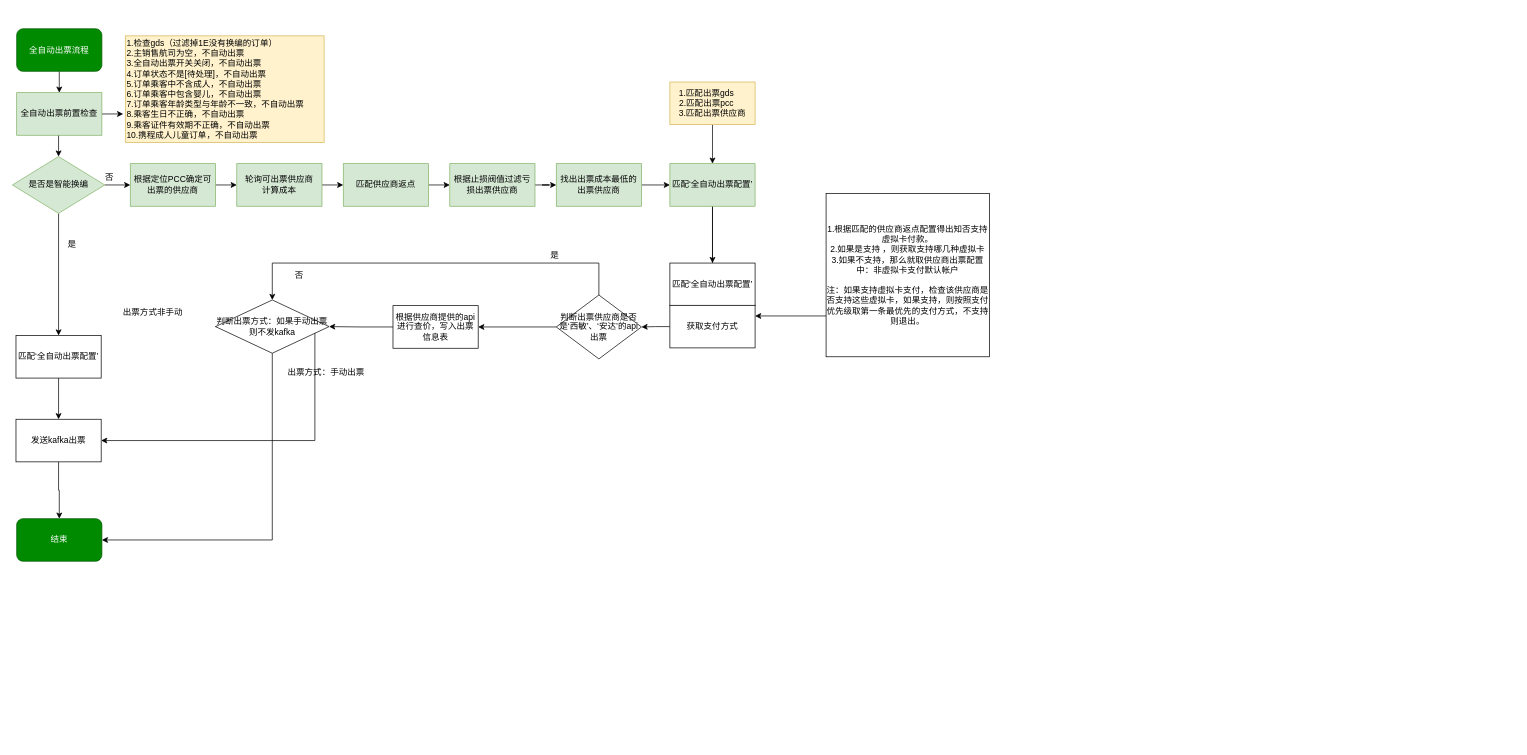
This is 全自动出票.drawio from dhyang/study, a draw.io file, before an edit. Source tidied: cells renumbered, new cells numbered last; positions are measured from the earlier drawing's top-left corner, leaving out a move shared by most shapes. Both pictures are drawn from the tidied source at 71%, with x=0, y=0 at pixel (12, 28).
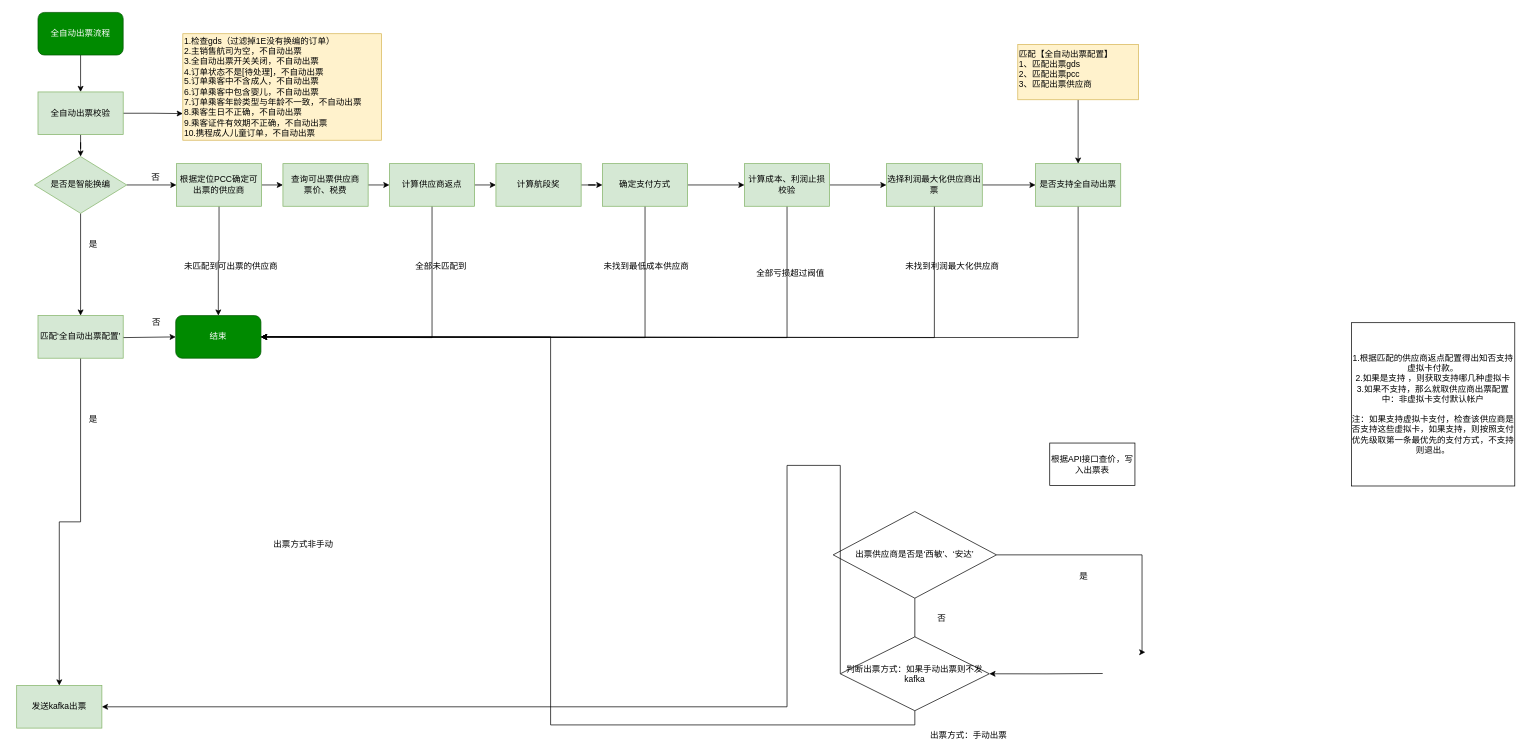
After the change.

Commit message (it also covers changes not shown here):
更新全自动出票

Diff of the diagram source:
```diff
@@
-    <mxCell id="2" style="edgeStyle=orthogonalEdgeStyle;rounded=0;jettySize=auto;html=1;exitX=0.5;exitY=1;exitDx=0;exitDy=0;entryX=0.5;entryY=0;entryDx=0;entryDy=0;" parent="1" edge="1" source="3" target="6">
+    <mxCell id="2" style="edgeStyle=orthogonalEdgeStyle;rounded=0;jettySize=auto;html=1;entryX=0.5;entryY=0;entryDx=0;entryDy=0;" parent="1" edge="1" source="3" target="6">
       <mxGeometry relative="1" as="geometry" />
     </mxCell>
     <mxCell id="3" value="全自动出票流程" style="rounded=1;whiteSpace=wrap;html=1;fillColor=#008a00;strokeColor=#005700;fontColor=#ffffff;" parent="1" vertex="1">
-      <mxGeometry x="6" width="120" height="60" as="geometry" />
+      <mxGeometry x="36" y="-23" width="120" height="60" as="geometry" />
     </mxCell>
-    <mxCell id="4" style="edgeStyle=orthogonalEdgeStyle;rounded=0;jettySize=auto;html=1;exitX=1;exitY=0.5;exitDx=0;exitDy=0;" parent="1" edge="1" source="6">
-      <mxGeometry relative="1" as="geometry">
-        <mxPoint x="156" y="120" as="targetPoint" />
-      </mxGeometry>
+    <mxCell id="4" style="edgeStyle=orthogonalEdgeStyle;rounded=0;jettySize=auto;html=1;exitX=1;exitY=0.5;exitDx=0;exitDy=0;entryX=0;entryY=0.75;entryDx=0;entryDy=0;" parent="1" edge="1" source="6" target="7">
+      <mxGeometry relative="1" as="geometry" />
     </mxCell>
-    <mxCell id="5" style="edgeStyle=orthogonalEdgeStyle;rounded=0;jettySize=auto;html=1;exitX=0.5;exitY=1;exitDx=0;exitDy=0;entryX=0.5;entryY=0;entryDx=0;entryDy=0;" parent="1" edge="1" source="6" target="12">
+    <mxCell id="5" style="edgeStyle=orthogonalEdgeStyle;rounded=0;jettySize=auto;html=1;entryX=0.5;entryY=0;entryDx=0;entryDy=0;" parent="1" edge="1" source="6" target="12">
       <mxGeometry relative="1" as="geometry" />
     </mxCell>
-    <mxCell id="6" value="全自动出票前置检查" style="rounded=0;whiteSpace=wrap;html=1;fillColor=#d5e8d4;strokeColor=#82b366;" parent="1" vertex="1">
-      <mxGeometry x="6" y="90" width="120" height="60" as="geometry" />
+    <mxCell id="6" value="全自动出票校验" style="rounded=0;whiteSpace=wrap;html=1;fillColor=#d5e8d4;strokeColor=#82b366;" parent="1" vertex="1">
+      <mxGeometry x="36" y="89" width="120" height="60" as="geometry" />
     </mxCell>
     <mxCell id="7" value="&lt;div&gt;1.检查gds（过滤掉1E没有换编的订单）&lt;/div&gt;&lt;div&gt;2.主销售航司为空，不自动出票&lt;/div&gt;&lt;div&gt;3.全自动出票开关关闭，不自动出票&lt;/div&gt;&lt;div&gt;4.订单状态不是[待处理]，不自动出票&lt;/div&gt;&lt;div&gt;5.订单乘客中不含成人，不自动出票&lt;/div&gt;&lt;div&gt;6.订单乘客中包含婴儿，不自动出票&lt;/div&gt;&lt;div&gt;7.订单乘客年龄类型与年龄不一致，不自动出票&lt;/div&gt;&lt;div&gt;8.乘客生日不正确，不自动出票&lt;/div&gt;&lt;div&gt;9.乘客证件有效期不正确，不自动出票&lt;/div&gt;&lt;div&gt;10.携程成人儿童订单，不自动出票&lt;/div&gt;" style="rounded=0;whiteSpace=wrap;html=1;align=left;fillColor=#fff2cc;strokeColor=#d6b656;" parent="1" vertex="1">
-      <mxGeometry x="159" y="10" width="280" height="150" as="geometry" />
+      <mxGeometry x="240" y="7" width="280" height="150" as="geometry" />
     </mxCell>
-    <mxCell id="8" style="edgeStyle=orthogonalEdgeStyle;rounded=0;jettySize=auto;html=1;exitX=0.5;exitY=1;exitDx=0;exitDy=0;entryX=0.5;entryY=0;entryDx=0;entryDy=0;" parent="1" edge="1" source="9" target="14">
+    <mxCell id="8" style="edgeStyle=orthogonalEdgeStyle;rounded=0;jettySize=auto;html=1;entryX=0.5;entryY=0;entryDx=0;entryDy=0;exitX=0.5;exitY=1;exitDx=0;exitDy=0;" parent="1" edge="1" source="65" target="14">
       <mxGeometry relative="1" as="geometry" />
     </mxCell>
-    <mxCell id="9" value="匹配‘全自动出票配置’" style="rounded=0;whiteSpace=wrap;html=1;" parent="1" vertex="1">
-      <mxGeometry x="5" y="432" width="120" height="60" as="geometry" />
-    </mxCell>
-    <mxCell id="10" style="edgeStyle=orthogonalEdgeStyle;rounded=0;jettySize=auto;html=1;exitX=0.5;exitY=1;exitDx=0;exitDy=0;entryX=0.5;entryY=0;entryDx=0;entryDy=0;" parent="1" edge="1" source="12" target="9">
-      <mxGeometry relative="1" as="geometry" />
-    </mxCell>
@@
+    <mxCell id="50" style="edgeStyle=orthogonalEdgeStyle;rounded=0;jettySize=auto;html=1;entryX=0.5;entryY=0;entryDx=0;entryDy=0;" parent="1" edge="1" source="12" target="65">
+      <mxGeometry relative="1" as="geometry" />
+    </mxCell>
     <mxCell id="12" value="是否是智能换编" style="rhombus;whiteSpace=wrap;html=1;fillColor=#d5e8d4;strokeColor=#82b366;" parent="1" vertex="1">
-      <mxGeometry y="180" width="130" height="80" as="geometry" />
+      <mxGeometry x="31" y="180" width="130" height="80" as="geometry" />
     </mxCell>
-    <mxCell id="13" style="edgeStyle=orthogonalEdgeStyle;rounded=0;jettySize=auto;html=1;exitX=0.5;exitY=1;exitDx=0;exitDy=0;entryX=0.5;entryY=0;entryDx=0;entryDy=0;" parent="1" edge="1" source="14" target="15">
-      <mxGeometry relative="1" as="geometry" />
-    </mxCell>
+    <mxCell id="51" style="edgeStyle=orthogonalEdgeStyle;rounded=0;jettySize=auto;html=1;entryX=0;entryY=0.5;entryDx=0;entryDy=0;exitX=1;exitY=0.5;exitDx=0;exitDy=0;" parent="1" edge="1" source="65" target="15">
+      <mxGeometry relative="1" as="geometry">
+        <Array as="points">
+          <mxPoint x="156" y="435" />
+        </Array>
+      </mxGeometry>
+    </mxCell>
-    <mxCell id="14" value="发送kafka出票" style="rounded=0;whiteSpace=wrap;html=1;" parent="1" vertex="1">
-      <mxGeometry x="5" y="550" width="120" height="60" as="geometry" />
+    <mxCell id="14" value="发送kafka出票" style="rounded=0;whiteSpace=wrap;html=1;fillColor=#d5e8d4;strokeColor=#82b366;" parent="1" vertex="1">
+      <mxGeometry x="6" y="925" width="120" height="60" as="geometry" />
     </mxCell>
     <mxCell id="15" value="结束" style="rounded=1;whiteSpace=wrap;html=1;fillColor=#008a00;strokeColor=#005700;fontColor=#ffffff;" parent="1" vertex="1">
-      <mxGeometry x="6" y="690" width="120" height="60" as="geometry" />
+      <mxGeometry x="230" y="404" width="120" height="60" as="geometry" />
     </mxCell>
     <mxCell id="16" value="是" style="text;html=1;align=left;verticalAlign=top;spacingTop=-4;" parent="1" vertex="1">
-      <mxGeometry x="76" y="294" width="30" height="20" as="geometry" />
+      <mxGeometry x="106" y="294" width="30" height="20" as="geometry" />
     </mxCell>
@@
+    <mxCell id="52" style="edgeStyle=orthogonalEdgeStyle;rounded=0;jettySize=auto;html=1;" parent="1" edge="1" source="18" target="15">
+      <mxGeometry relative="1" as="geometry" />
+    </mxCell>
     <mxCell id="18" value="根据定位PCC确定可出票的供应商" style="rounded=0;whiteSpace=wrap;html=1;fillColor=#d5e8d4;strokeColor=#82b366;" parent="1" vertex="1">
-      <mxGeometry x="166" y="190" width="120" height="60" as="geometry" />
+      <mxGeometry x="231" y="190" width="120" height="60" as="geometry" />
     </mxCell>
     <mxCell id="19" value="否" style="text;html=1;align=left;verticalAlign=top;spacingTop=-4;" parent="1" vertex="1">
-      <mxGeometry x="129" y="199" width="30" height="20" as="geometry" />
+      <mxGeometry x="194" y="199" width="30" height="20" as="geometry" />
     </mxCell>
@@
-    <mxCell id="21" value="轮询可出票供应商&lt;br&gt;计算成本&lt;br&gt;" style="rounded=0;whiteSpace=wrap;html=1;fillColor=#d5e8d4;strokeColor=#82b366;" parent="1" vertex="1">
-      <mxGeometry x="316" y="190" width="120" height="60" as="geometry" />
+    <mxCell id="21" value="查询可出票供应商&lt;br&gt;票价、税费&lt;br&gt;" style="rounded=0;whiteSpace=wrap;html=1;fillColor=#d5e8d4;strokeColor=#82b366;" parent="1" vertex="1">
+      <mxGeometry x="381" y="190" width="120" height="60" as="geometry" />
     </mxCell>
@@
-    <mxCell id="23" value="根据止损阀值过滤亏损出票供应商" style="rounded=0;whiteSpace=wrap;html=1;fillColor=#d5e8d4;strokeColor=#82b366;" parent="1" vertex="1">
-      <mxGeometry x="616" y="190" width="120" height="60" as="geometry" />
+    <mxCell id="23" value="计算航段奖" style="rounded=0;whiteSpace=wrap;html=1;fillColor=#d5e8d4;strokeColor=#82b366;" parent="1" vertex="1">
+      <mxGeometry x="681" y="190" width="120" height="60" as="geometry" />
     </mxCell>
-    <mxCell id="24" style="edgeStyle=orthogonalEdgeStyle;rounded=0;jettySize=auto;html=1;exitX=1;exitY=0.5;exitDx=0;exitDy=0;entryX=0;entryY=0.5;entryDx=0;entryDy=0;" parent="1" edge="1" source="25" target="30">
-      <mxGeometry relative="1" as="geometry" />
-    </mxCell>
+    <mxCell id="53" style="edgeStyle=orthogonalEdgeStyle;rounded=0;jettySize=auto;html=1;entryX=1;entryY=0.5;entryDx=0;entryDy=0;" parent="1" edge="1" source="25" target="15">
+      <mxGeometry relative="1" as="geometry">
+        <Array as="points">
+          <mxPoint x="891" y="435" />
+        </Array>
+      </mxGeometry>
+    </mxCell>
+    <mxCell id="54" style="edgeStyle=orthogonalEdgeStyle;rounded=0;jettySize=auto;html=1;" parent="1" edge="1" source="25" target="57">
+      <mxGeometry relative="1" as="geometry" />
+    </mxCell>
-    <mxCell id="25" value="找出出票成本最低的出票供应商" style="rounded=0;whiteSpace=wrap;html=1;fillColor=#d5e8d4;strokeColor=#82b366;" parent="1" vertex="1">
-      <mxGeometry x="766" y="190" width="120" height="60" as="geometry" />
+    <mxCell id="25" value="确定支付方式" style="rounded=0;whiteSpace=wrap;html=1;fillColor=#d5e8d4;strokeColor=#82b366;" parent="1" vertex="1">
+      <mxGeometry x="831" y="190" width="120" height="60" as="geometry" />
     </mxCell>
+    <mxCell id="55" style="edgeStyle=orthogonalEdgeStyle;rounded=0;jettySize=auto;html=1;entryX=1;entryY=0.5;entryDx=0;entryDy=0;" parent="1" edge="1" source="57" target="15">
+      <mxGeometry relative="1" as="geometry">
+        <Array as="points">
+          <mxPoint x="1091" y="435" />
+        </Array>
+      </mxGeometry>
+    </mxCell>
+    <mxCell id="56" style="edgeStyle=orthogonalEdgeStyle;rounded=0;jettySize=auto;html=1;" parent="1" edge="1" source="57" target="60">
+      <mxGeometry relative="1" as="geometry" />
+    </mxCell>
+    <mxCell id="57" value="计算成本、利润止损校验" style="rounded=0;whiteSpace=wrap;html=1;fillColor=#d5e8d4;strokeColor=#82b366;" parent="1" vertex="1">
+      <mxGeometry x="1031" y="190" width="120" height="60" as="geometry" />
+    </mxCell>
+    <mxCell id="58" style="edgeStyle=orthogonalEdgeStyle;rounded=0;jettySize=auto;html=1;entryX=0;entryY=0.5;entryDx=0;entryDy=0;" parent="1" edge="1" source="60" target="30">
+      <mxGeometry relative="1" as="geometry" />
+    </mxCell>
+    <mxCell id="59" style="edgeStyle=orthogonalEdgeStyle;rounded=0;jettySize=auto;html=1;entryX=1;entryY=0.5;entryDx=0;entryDy=0;" parent="1" edge="1" source="60" target="15">
+      <mxGeometry relative="1" as="geometry">
+        <Array as="points">
+          <mxPoint x="1299" y="435" />
+        </Array>
+      </mxGeometry>
+    </mxCell>
+    <mxCell id="60" value="选择利润最大化供应商出票" style="rounded=0;whiteSpace=wrap;html=1;fillColor=#d5e8d4;strokeColor=#82b366;" parent="1" vertex="1">
+      <mxGeometry x="1231" y="190" width="135" height="60" as="geometry" />
+    </mxCell>
@@
-    <mxCell id="27" value="1.匹配出票gds&amp;nbsp; &amp;nbsp; &amp;nbsp;&lt;br&gt;2.匹配出票pcc&amp;nbsp; &amp;nbsp; &amp;nbsp;&lt;br&gt;3.匹配出票供应商&lt;br&gt;" style="rounded=0;whiteSpace=wrap;html=1;fillColor=#fff2cc;strokeColor=#d6b656;" parent="1" vertex="1">
-      <mxGeometry x="926" y="75" width="120" height="60" as="geometry" />
+    <mxCell id="27" value="匹配【全自动出票配置】&lt;br&gt;1、匹配出票gds&amp;nbsp; &amp;nbsp; &amp;nbsp;&lt;br&gt;2、匹配出票pcc&amp;nbsp; &amp;nbsp; &amp;nbsp;&lt;br&gt;3、匹配出票供应商&lt;br&gt;" style="rounded=0;whiteSpace=wrap;html=1;fillColor=#fff2cc;strokeColor=#d6b656;align=left;verticalAlign=top;" parent="1" vertex="1">
+      <mxGeometry x="1416" y="22" width="170" height="78" as="geometry" />
     </mxCell>
-    <mxCell id="28" style="edgeStyle=orthogonalEdgeStyle;rounded=0;jettySize=auto;html=1;exitX=0.5;exitY=1;exitDx=0;exitDy=0;" parent="1" edge="1" source="30" target="33">
-      <mxGeometry relative="1" as="geometry" />
-    </mxCell>
-    <mxCell id="29" style="edgeStyle=orthogonalEdgeStyle;rounded=0;jettySize=auto;html=1;" parent="1" edge="1" source="30" target="31">
-      <mxGeometry relative="1" as="geometry" />
-    </mxCell>
+    <mxCell id="61" style="edgeStyle=orthogonalEdgeStyle;rounded=0;jettySize=auto;html=1;entryX=1;entryY=0.5;entryDx=0;entryDy=0;" parent="1" edge="1" source="30" target="15">
+      <mxGeometry relative="1" as="geometry">
+        <Array as="points">
+          <mxPoint x="1501" y="435" />
+        </Array>
+      </mxGeometry>
+    </mxCell>
-    <mxCell id="30" value="匹配‘全自动出票配置’" style="rounded=0;whiteSpace=wrap;html=1;fillColor=#d5e8d4;strokeColor=#82b366;" parent="1" vertex="1">
-      <mxGeometry x="926" y="190" width="120" height="60" as="geometry" />
+    <mxCell id="30" value="是否支持全自动出票" style="rounded=0;whiteSpace=wrap;html=1;fillColor=#d5e8d4;strokeColor=#82b366;" parent="1" vertex="1">
+      <mxGeometry x="1441" y="190" width="120" height="60" as="geometry" />
     </mxCell>
-    <mxCell id="31" value="匹配‘全自动出票配置’" style="rounded=0;whiteSpace=wrap;html=1;" parent="1" vertex="1">
-      <mxGeometry x="926" y="330" width="120" height="60" as="geometry" />
-    </mxCell>
-    <mxCell id="32" style="edgeStyle=orthogonalEdgeStyle;rounded=0;jettySize=auto;html=1;exitX=0;exitY=0.5;exitDx=0;exitDy=0;entryX=1;entryY=0.5;entryDx=0;entryDy=0;" parent="1" edge="1" source="33" target="40">
-      <mxGeometry relative="1" as="geometry" />
-    </mxCell>
-    <mxCell id="33" value="获取支付方式" style="rounded=0;whiteSpace=wrap;html=1;" parent="1" vertex="1">
-      <mxGeometry x="926" y="389.5" width="120" height="60" as="geometry" />
-    </mxCell>
-    <mxCell id="34" style="edgeStyle=orthogonalEdgeStyle;rounded=0;jettySize=auto;html=1;exitX=0;exitY=0.75;exitDx=0;exitDy=0;entryX=1;entryY=0.25;entryDx=0;entryDy=0;" parent="1" edge="1" source="35" target="33">
-      <mxGeometry relative="1" as="geometry" />
-    </mxCell>
     <mxCell id="35" value="1.根据匹配的供应商返点配置得出知否支持虚拟卡付款。&lt;br&gt;2.如果是支持 ，则获取支持哪几种虚拟卡&lt;br&gt;3.如果不支持，那么就取供应商出票配置中：非虚拟卡支付默认帐户&lt;br&gt;&lt;br&gt;注：如果支持虚拟卡支付，检查该供应商是否支持这些虚拟卡，如果支持，则按照支付优先级取第一条最优先的支付方式，不支持则退出。&lt;br&gt;" style="rounded=0;whiteSpace=wrap;html=1;" parent="1" vertex="1">
-      <mxGeometry x="1146" y="232" width="230" height="230" as="geometry" />
+      <mxGeometry x="1886" y="414" width="230" height="230" as="geometry" />
     </mxCell>
@@
+    <mxCell id="62" style="edgeStyle=orthogonalEdgeStyle;rounded=0;jettySize=auto;html=1;entryX=1;entryY=0.5;entryDx=0;entryDy=0;" parent="1" edge="1" source="37" target="15">
+      <mxGeometry relative="1" as="geometry">
+        <Array as="points">
+          <mxPoint x="591" y="435" />
+        </Array>
+      </mxGeometry>
+    </mxCell>
-    <mxCell id="37" value="匹配供应商返点" style="rounded=0;whiteSpace=wrap;html=1;fillColor=#d5e8d4;strokeColor=#82b366;" parent="1" vertex="1">
-      <mxGeometry x="466" y="190" width="120" height="60" as="geometry" />
+    <mxCell id="37" value="计算供应商返点" style="rounded=0;whiteSpace=wrap;html=1;fillColor=#d5e8d4;strokeColor=#82b366;" parent="1" vertex="1">
+      <mxGeometry x="531" y="190" width="120" height="60" as="geometry" />
     </mxCell>
-    <mxCell id="38" style="edgeStyle=orthogonalEdgeStyle;rounded=0;jettySize=auto;html=1;exitX=0;exitY=0.5;exitDx=0;exitDy=0;" parent="1" edge="1" source="40" target="42">
-      <mxGeometry relative="1" as="geometry" />
+    <mxCell id="38" style="edgeStyle=orthogonalEdgeStyle;rounded=0;jettySize=auto;html=1;exitX=1;exitY=0.5;exitDx=0;exitDy=0;entryX=0.5;entryY=0;entryDx=0;entryDy=0;" parent="1" edge="1" source="40">
+      <mxGeometry relative="1" as="geometry">
+        <mxPoint x="1595.6" y="878.1" as="targetPoint" />
+        <Array as="points">
+          <mxPoint x="1591" y="741" />
+        </Array>
+      </mxGeometry>
     </mxCell>
-    <mxCell id="39" style="edgeStyle=orthogonalEdgeStyle;rounded=0;jettySize=auto;html=1;exitX=0.5;exitY=0;exitDx=0;exitDy=0;entryX=0.5;entryY=0;entryDx=0;entryDy=0;" parent="1" edge="1" source="40" target="46">
+    <mxCell id="39" style="edgeStyle=orthogonalEdgeStyle;rounded=0;jettySize=auto;html=1;exitX=0.5;exitY=1;exitDx=0;exitDy=0;entryX=0.5;entryY=0;entryDx=0;entryDy=0;" parent="1" edge="1" source="40" target="46">
       <mxGeometry relative="1" as="geometry">
         <Array as="points">
-          <mxPoint x="826" y="330" />
-          <mxPoint x="366" y="330" />
+          <mxPoint x="1271" y="862" />
         </Array>
       </mxGeometry>
     </mxCell>
-    <mxCell id="40" value="判断出票供应商是否是‘西敏’、‘安达’的api出票" style="rhombus;whiteSpace=wrap;html=1;" parent="1" vertex="1">
-      <mxGeometry x="766" y="375" width="120" height="90" as="geometry" />
+    <mxCell id="40" value="出票供应商是否是‘西敏’、‘安达’" style="rhombus;whiteSpace=wrap;html=1;" parent="1" vertex="1">
+      <mxGeometry x="1156" y="680" width="230" height="122" as="geometry" />
     </mxCell>
-    <mxCell id="41" style="edgeStyle=orthogonalEdgeStyle;rounded=0;jettySize=auto;html=1;exitX=0;exitY=0.5;exitDx=0;exitDy=0;entryX=1;entryY=0.5;entryDx=0;entryDy=0;" parent="1" edge="1" source="42" target="46">
-      <mxGeometry relative="1" as="geometry" />
+    <mxCell id="41" style="edgeStyle=orthogonalEdgeStyle;rounded=0;jettySize=auto;html=1;exitX=0;exitY=0.5;exitDx=0;exitDy=0;entryX=1;entryY=0.5;entryDx=0;entryDy=0;" parent="1" edge="1" target="46">
+      <mxGeometry relative="1" as="geometry">
+        <mxPoint x="1535.6" y="908.1" as="sourcePoint" />
+      </mxGeometry>
     </mxCell>
-    <mxCell id="42" value="根据供应商提供的api进行查价，写入出票信息表" style="rounded=0;whiteSpace=wrap;html=1;" parent="1" vertex="1">
-      <mxGeometry x="536" y="390" width="120" height="60" as="geometry" />
+    <mxCell id="42" value="根据API接口查价，写入出票表" style="rounded=0;whiteSpace=wrap;html=1;" parent="1" vertex="1">
+      <mxGeometry x="1461" y="583.5" width="120" height="60" as="geometry" />
     </mxCell>
     <mxCell id="43" value="是" style="text;html=1;align=left;verticalAlign=top;spacingTop=-4;" parent="1" vertex="1">
-      <mxGeometry x="756" y="310" width="30" height="20" as="geometry" />
+      <mxGeometry x="1501" y="762" width="30" height="20" as="geometry" />
     </mxCell>
@@
     <mxCell id="45" style="edgeStyle=orthogonalEdgeStyle;rounded=0;jettySize=auto;html=1;exitX=0;exitY=0.5;exitDx=0;exitDy=0;entryX=1;entryY=0.5;entryDx=0;entryDy=0;" parent="1" edge="1" source="46" target="14">
       <mxGeometry relative="1" as="geometry">
         <Array as="points">
-          <mxPoint x="426" y="420" />
+          <mxPoint x="1091" y="615" />
         </Array>
       </mxGeometry>
     </mxCell>
     <mxCell id="46" value="判断出票方式：如果手动出票则不发kafka" style="rhombus;whiteSpace=wrap;html=1;" parent="1" vertex="1">
-      <mxGeometry x="286" y="382" width="160" height="75" as="geometry" />
+      <mxGeometry x="1166" y="856.5" width="210" height="104" as="geometry" />
     </mxCell>
     <mxCell id="47" value="出票方式：手动出票" style="text;html=1;align=left;verticalAlign=top;spacingTop=-4;" parent="1" vertex="1">
-      <mxGeometry x="386" y="474" width="120" height="20" as="geometry" />
+      <mxGeometry x="1291" y="985" width="120" height="20" as="geometry" />
     </mxCell>
     <mxCell id="48" value="出票方式非手动" style="text;html=1;align=left;verticalAlign=top;spacingTop=-4;" parent="1" vertex="1">
-      <mxGeometry x="154" y="390" width="100" height="20" as="geometry" />
+      <mxGeometry x="366" y="716" width="100" height="20" as="geometry" />
     </mxCell>
     <mxCell id="49" value="否" style="text;html=1;align=left;verticalAlign=top;spacingTop=-4;" parent="1" vertex="1">
-      <mxGeometry x="396" y="337" width="30" height="20" as="geometry" />
+      <mxGeometry x="1301" y="820" width="30" height="20" as="geometry" />
     </mxCell>
+    <mxCell id="63" value="是" style="text;html=1;align=left;verticalAlign=top;spacingTop=-4;" parent="1" vertex="1">
+      <mxGeometry x="106" y="540" width="30" height="20" as="geometry" />
+    </mxCell>
+    <mxCell id="64" value="否" style="text;html=1;align=left;verticalAlign=top;spacingTop=-4;" parent="1" vertex="1">
+      <mxGeometry x="195" y="404" width="30" height="20" as="geometry" />
+    </mxCell>
+    <mxCell id="65" value="匹配‘全自动出票配置’" style="rounded=0;whiteSpace=wrap;html=1;fillColor=#d5e8d4;strokeColor=#82b366;" parent="1" vertex="1">
+      <mxGeometry x="36" y="404" width="120" height="60" as="geometry" />
+    </mxCell>
+    <mxCell id="66" value="全部未匹配到" style="text;html=1;align=left;verticalAlign=top;spacingTop=-4;" parent="1" vertex="1">
+      <mxGeometry x="566" y="325" width="90" height="20" as="geometry" />
+    </mxCell>
+    <mxCell id="67" value="未匹配到可出票的供应商" style="text;html=1;align=left;verticalAlign=top;spacingTop=-4;" parent="1" vertex="1">
+      <mxGeometry x="240" y="325" width="150" height="20" as="geometry" />
+    </mxCell>
+    <mxCell id="68" value="未找到最低成本供应商" style="text;html=1;align=left;verticalAlign=top;spacingTop=-4;" parent="1" vertex="1">
+      <mxGeometry x="831" y="325" width="140" height="20" as="geometry" />
+    </mxCell>
+    <mxCell id="69" value="全部亏损超过阀值" style="text;html=1;align=left;verticalAlign=top;spacingTop=-4;" parent="1" vertex="1">
+      <mxGeometry x="1046" y="335" width="110" height="20" as="geometry" />
+    </mxCell>
+    <mxCell id="70" value="未找到利润最大化供应商" style="text;html=1;align=left;verticalAlign=top;spacingTop=-4;" parent="1" vertex="1">
+      <mxGeometry x="1256" y="325" width="150" height="20" as="geometry" />
+    </mxCell>
```
